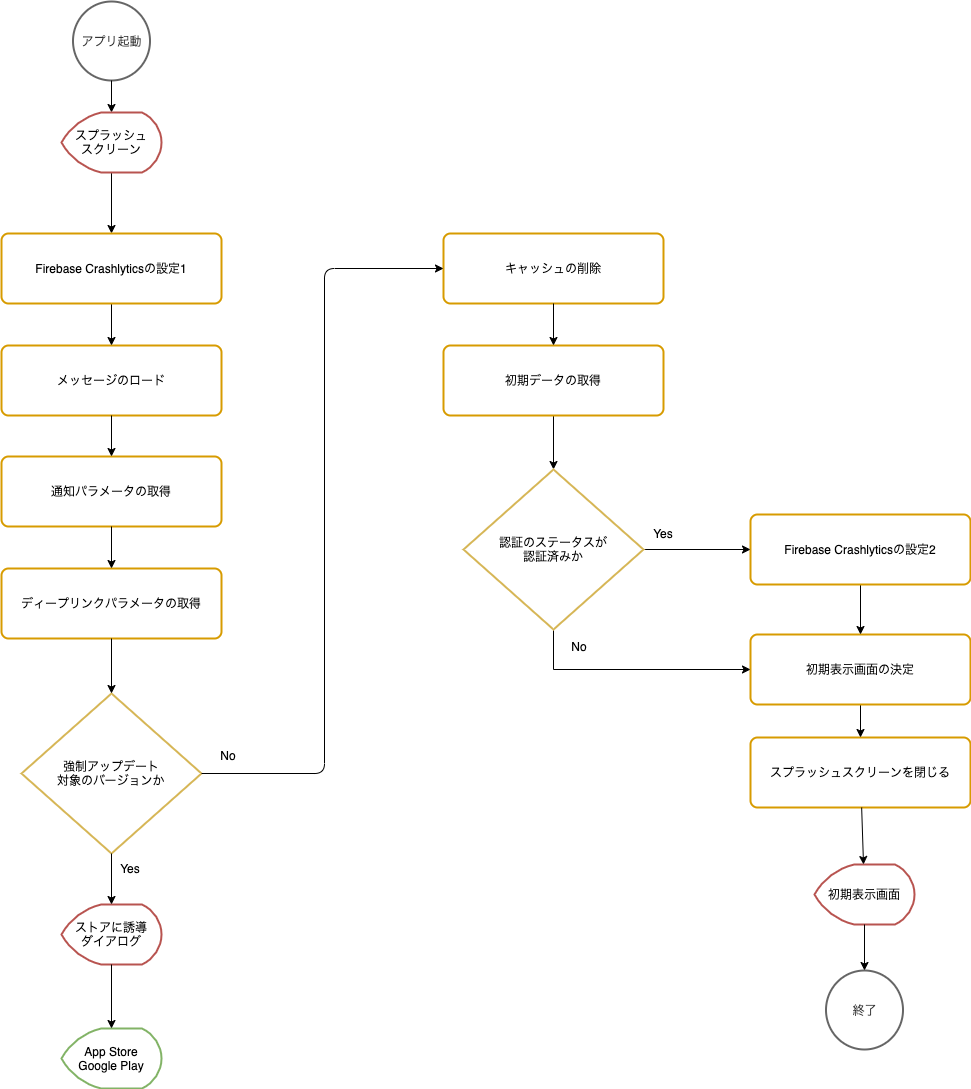
Earlier version of the draw.io export website/docs/react-native/santoku/application-architecture/life-cycle-management/initialization-flow.drawio.png (Fintan-contents/mobile-app-crib-notes). Source tidied: cells renumbered, new cells last; positions are measured from the earlier drawing's top-left corner, leaving out a move shared by most shapes.
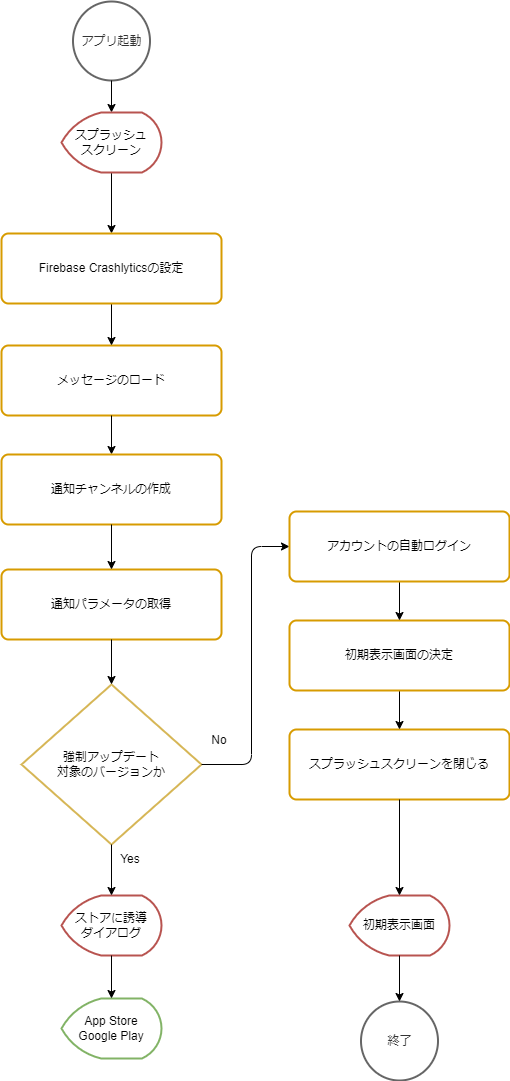
The same diagram one commit later.

Diff of the diagram source:
```diff
@@ -3,7 +3,7 @@
     <mxCell id="0" />
     <mxCell id="1" parent="0" />
     <mxCell id="2" value="強制アップデート&lt;br&gt;対象のバージョンか" style="strokeWidth=2;html=1;shape=mxgraph.flowchart.decision;whiteSpace=wrap;verticalAlign=middle;strokeColor=#d6b656;" parent="1" vertex="1">
-      <mxGeometry x="20" y="692" width="180" height="160" as="geometry" />
+      <mxGeometry x="20" y="683" width="180" height="160" as="geometry" />
     </mxCell>
     <mxCell id="3" value="アプリ起動" style="strokeWidth=2;html=1;shape=mxgraph.flowchart.start_2;whiteSpace=wrap;verticalAlign=middle;strokeColor=#666666;fontColor=#333333;" parent="1" vertex="1">
       <mxGeometry x="71.5" width="77" height="79" as="geometry" />
@@ -12,13 +12,13 @@
       <mxGeometry x="-604" y="21" as="geometry" />
     </mxCell>
     <mxCell id="5" value="App Store&lt;br&gt;Google Play" style="strokeWidth=2;html=1;shape=mxgraph.flowchart.display;whiteSpace=wrap;verticalAlign=middle;strokeColor=#82b366;" parent="1" vertex="1">
-      <mxGeometry x="60" y="1027" width="100" height="60" as="geometry" />
+      <mxGeometry x="60" y="997" width="100" height="60" as="geometry" />
     </mxCell>
     <mxCell id="6" value="Yes" style="text;html=1;strokeColor=none;fillColor=none;align=center;verticalAlign=middle;whiteSpace=wrap;rounded=0;" parent="1" vertex="1">
-      <mxGeometry x="108.5" y="857" width="40" height="20" as="geometry" />
+      <mxGeometry x="108.5" y="848" width="40" height="20" as="geometry" />
     </mxCell>
     <mxCell id="7" value="No" style="text;html=1;strokeColor=none;fillColor=none;align=center;verticalAlign=middle;whiteSpace=wrap;rounded=0;" parent="1" vertex="1">
-      <mxGeometry x="207" y="744" width="40" height="20" as="geometry" />
+      <mxGeometry x="198" y="729" width="40" height="20" as="geometry" />
     </mxCell>
     <mxCell id="8" style="edgeStyle=orthogonalEdgeStyle;rounded=0;jettySize=auto;html=1;" parent="1" edge="1" source="9" target="32">
       <mxGeometry relative="1" as="geometry" />
@@ -27,103 +27,72 @@
       <mxGeometry x="60" y="111" width="100" height="60" as="geometry" />
     </mxCell>
     <mxCell id="10" value="ストアに誘導&lt;br&gt;ダイアログ" style="strokeWidth=2;html=1;shape=mxgraph.flowchart.display;whiteSpace=wrap;verticalAlign=middle;strokeColor=#b85450;" parent="1" vertex="1">
-      <mxGeometry x="60" y="903" width="100" height="60" as="geometry" />
+      <mxGeometry x="60" y="894" width="100" height="60" as="geometry" />
     </mxCell>
     <mxCell id="11" style="endArrow=classic;html=1;" parent="1" edge="1" source="10" target="5">
-      <mxGeometry x="-806" y="601" as="geometry" />
+      <mxGeometry x="-806" y="592" as="geometry" />
     </mxCell>
     <mxCell id="12" style="endArrow=classic;html=1;" parent="1" edge="1" source="2" target="10">
-      <mxGeometry x="-604" y="424.5" as="geometry" />
+      <mxGeometry x="-604" y="415.5" as="geometry" />
     </mxCell>
-    <mxCell id="13" style="edgeStyle=orthogonalEdgeStyle;rounded=0;jettySize=auto;html=1;" parent="1" edge="1" source="14" target="37">
-      <mxGeometry relative="1" as="geometry" />
-    </mxCell>
-    <mxCell id="14" value="初期データの取得" style="rounded=1;whiteSpace=wrap;html=1;absoluteArcSize=1;arcSize=14;strokeWidth=2;verticalAlign=middle;strokeColor=#d79b00;" parent="1" vertex="1">
-      <mxGeometry x="442" y="344" width="220" height="70" as="geometry" />
-    </mxCell>
     <mxCell id="15" value="スプラッシュスクリーンを閉じる" style="rounded=1;whiteSpace=wrap;html=1;absoluteArcSize=1;arcSize=14;strokeWidth=2;verticalAlign=middle;strokeColor=#d79b00;" parent="1" vertex="1">
-      <mxGeometry x="749" y="736" width="220" height="70" as="geometry" />
+      <mxGeometry x="288" y="728" width="220" height="70" as="geometry" />
     </mxCell>
-    <mxCell id="16" style="endArrow=classic;html=1;" parent="1" edge="1" source="19" target="15">
-      <mxGeometry x="155" y="-161" as="geometry" />
-    </mxCell>
     <mxCell id="17" value="初期表示画面" style="strokeWidth=2;html=1;shape=mxgraph.flowchart.display;whiteSpace=wrap;verticalAlign=middle;strokeColor=#b85450;" parent="1" vertex="1">
-      <mxGeometry x="813" y="863" width="100" height="60" as="geometry" />
+      <mxGeometry x="348" y="894" width="100" height="60" as="geometry" />
     </mxCell>
     <mxCell id="18" style="endArrow=classic;html=1;" parent="1" edge="1" source="15" target="17">
-      <mxGeometry x="155" y="-161" as="geometry" />
+      <mxGeometry x="-306" y="-169" as="geometry" />
     </mxCell>
-    <mxCell id="19" value="初期表示画面の決定" style="rounded=1;whiteSpace=wrap;html=1;absoluteArcSize=1;arcSize=14;strokeWidth=2;verticalAlign=middle;strokeColor=#d79b00;" parent="1" vertex="1">
-      <mxGeometry x="749" y="633" width="220" height="70" as="geometry" />
-    </mxCell>
     <mxCell id="20" value="終了" style="strokeWidth=2;html=1;shape=mxgraph.flowchart.start_2;whiteSpace=wrap;verticalAlign=middle;strokeColor=#666666;fontColor=#333333;" parent="1" vertex="1">
-      <mxGeometry x="824.5" y="969" width="77" height="79" as="geometry" />
+      <mxGeometry x="359.5" y="1000" width="77" height="79" as="geometry" />
     </mxCell>
     <mxCell id="21" style="endArrow=classic;html=1;entryX=0.5;entryY=0;entryDx=0;entryDy=0;entryPerimeter=0;exitX=0.5;exitY=1;exitDx=0;exitDy=0;exitPerimeter=0;" parent="1" edge="1" source="17" target="20">
-      <mxGeometry x="165" y="-151" as="geometry" />
+      <mxGeometry x="-300" y="-120" as="geometry" />
     </mxCell>
-    <mxCell id="22" value="キャッシュの削除" style="rounded=1;whiteSpace=wrap;html=1;absoluteArcSize=1;arcSize=14;strokeWidth=2;verticalAlign=middle;strokeColor=#d79b00;" parent="1" vertex="1">
-      <mxGeometry x="442" y="232" width="220" height="70" as="geometry" />
-    </mxCell>
     <mxCell id="23" value="通知パラメータの取得" style="rounded=1;whiteSpace=wrap;html=1;absoluteArcSize=1;arcSize=14;strokeWidth=2;verticalAlign=middle;strokeColor=#d79b00;" parent="1" vertex="1">
-      <mxGeometry y="455" width="220" height="70" as="geometry" />
+      <mxGeometry y="568" width="220" height="70" as="geometry" />
     </mxCell>
-    <mxCell id="24" value="ディープリンクパラメータの取得" style="rounded=1;whiteSpace=wrap;html=1;absoluteArcSize=1;arcSize=14;strokeWidth=2;verticalAlign=middle;strokeColor=#d79b00;" parent="1" vertex="1">
-      <mxGeometry y="567" width="220" height="70" as="geometry" />
-    </mxCell>
-    <mxCell id="25" style="endArrow=classic;html=1;entryX=0.5;entryY=0;entryDx=0;entryDy=0;exitX=0.5;exitY=1;exitDx=0;exitDy=0;" parent="1" edge="1" source="23" target="24">
+    <mxCell id="25" style="endArrow=classic;html=1;exitX=0.5;exitY=1;exitDx=0;exitDy=0;" parent="1" edge="1" source="23" target="2">
       <mxGeometry x="-594" y="173" as="geometry" />
     </mxCell>
-    <mxCell id="26" style="endArrow=classic;html=1;entryX=0.5;entryY=0;entryDx=0;entryDy=0;exitX=0.5;exitY=1;exitDx=0;exitDy=0;entryPerimeter=0;" parent="1" edge="1" source="24" target="2">
-      <mxGeometry x="-584" y="160" as="geometry" />
-    </mxCell>
-    <mxCell id="27" style="endArrow=classic;html=1;entryX=0.5;entryY=0;entryDx=0;entryDy=0;exitX=0.5;exitY=1;exitDx=0;exitDy=0;" parent="1" edge="1" source="22" target="14">
-      <mxGeometry x="-148" y="-172" as="geometry" />
-    </mxCell>
-    <mxCell id="28" style="endArrow=classic;html=1;entryX=0;entryY=0.5;entryDx=0;entryDy=0;exitX=1;exitY=0.5;exitDx=0;exitDy=0;exitPerimeter=0;" parent="1" edge="1" source="2" target="22">
-      <mxGeometry x="-594" y="315.5" as="geometry">
+    <mxCell id="28" style="endArrow=classic;html=1;entryX=0;entryY=0.5;entryDx=0;entryDy=0;exitX=1;exitY=0.5;exitDx=0;exitDy=0;exitPerimeter=0;" parent="1" edge="1" source="2" target="43">
+      <mxGeometry x="-594" y="199.5" as="geometry">
         <Array as="points">
-          <mxPoint x="323" y="772" />
-          <mxPoint x="323" y="267" />
+          <mxPoint x="250" y="763" />
+          <mxPoint x="250" y="545" />
         </Array>
       </mxGeometry>
     </mxCell>
     <mxCell id="29" value="メッセージのロード" style="rounded=1;whiteSpace=wrap;html=1;absoluteArcSize=1;arcSize=14;strokeWidth=2;verticalAlign=middle;strokeColor=#d79b00;" parent="1" vertex="1">
       <mxGeometry y="344" width="220" height="70" as="geometry" />
     </mxCell>
-    <mxCell id="30" style="endArrow=classic;html=1;exitX=0.5;exitY=1;exitDx=0;exitDy=0;" parent="1" edge="1" source="29" target="23">
+    <mxCell id="30" style="endArrow=classic;html=1;exitX=0.5;exitY=1;exitDx=0;exitDy=0;" parent="1" edge="1" source="29" target="40">
       <mxGeometry x="-594" y="54" as="geometry" />
     </mxCell>
     <mxCell id="31" style="edgeStyle=orthogonalEdgeStyle;rounded=0;jettySize=auto;html=1;" parent="1" edge="1" source="32" target="29">
       <mxGeometry relative="1" as="geometry" />
     </mxCell>
-    <mxCell id="32" value="Firebase Crashlyticsの設定1" style="rounded=1;whiteSpace=wrap;html=1;absoluteArcSize=1;arcSize=14;strokeWidth=2;verticalAlign=middle;strokeColor=#d79b00;" parent="1" vertex="1">
+    <mxCell id="32" value="Firebase Crashlyticsの設定" style="rounded=1;whiteSpace=wrap;html=1;absoluteArcSize=1;arcSize=14;strokeWidth=2;verticalAlign=middle;strokeColor=#d79b00;" parent="1" vertex="1">
       <mxGeometry y="232" width="220" height="70" as="geometry" />
     </mxCell>
-    <mxCell id="33" style="edgeStyle=orthogonalEdgeStyle;rounded=0;jettySize=auto;html=1;entryX=0.5;entryY=0;entryDx=0;entryDy=0;" parent="1" edge="1" source="34" target="19">
-      <mxGeometry relative="1" as="geometry" />
-    </mxCell>
-    <mxCell id="34" value="&lt;span&gt;Firebase Crashlyticsの設定2&lt;/span&gt;" style="rounded=1;whiteSpace=wrap;html=1;absoluteArcSize=1;arcSize=14;strokeWidth=2;verticalAlign=middle;strokeColor=#d79b00;" parent="1" vertex="1">
-      <mxGeometry x="749" y="513" width="220" height="70" as="geometry" />
-    </mxCell>
-    <mxCell id="35" style="edgeStyle=orthogonalEdgeStyle;rounded=0;jettySize=auto;html=1;" parent="1" edge="1" source="37" target="34">
-      <mxGeometry relative="1" as="geometry" />
-    </mxCell>
-    <mxCell id="36" style="edgeStyle=orthogonalEdgeStyle;rounded=0;jettySize=auto;html=1;startArrow=none;exitX=0.5;exitY=1;exitDx=0;exitDy=0;exitPerimeter=0;" parent="1" edge="1" source="37" target="19">
-      <mxGeometry relative="1" as="geometry">
-        <Array as="points">
-          <mxPoint x="552" y="668" />
-        </Array>
-      </mxGeometry>
-    </mxCell>
-    <mxCell id="37" value="認証のステータスが&lt;br&gt;認証済みか" style="strokeWidth=2;html=1;shape=mxgraph.flowchart.decision;whiteSpace=wrap;verticalAlign=middle;strokeColor=#d6b656;" parent="1" vertex="1">
-      <mxGeometry x="462" y="468" width="180" height="160" as="geometry" />
-    </mxCell>
-    <mxCell id="38" value="No" style="text;html=1;strokeColor=none;fillColor=none;align=center;verticalAlign=middle;whiteSpace=wrap;rounded=0;" parent="1" vertex="1">
-      <mxGeometry x="558" y="635" width="40" height="20" as="geometry" />
-    </mxCell>
-    <mxCell id="39" value="Yes" style="text;html=1;strokeColor=none;fillColor=none;align=center;verticalAlign=middle;whiteSpace=wrap;rounded=0;" parent="1" vertex="1">
-      <mxGeometry x="642" y="522" width="40" height="20" as="geometry" />
-    </mxCell>
+    <mxCell id="40" value="通知チャンネルの作成" style="rounded=1;whiteSpace=wrap;html=1;absoluteArcSize=1;arcSize=14;strokeWidth=2;verticalAlign=middle;strokeColor=#d79b00;" parent="1" vertex="1">
+      <mxGeometry y="453" width="220" height="70" as="geometry" />
+    </mxCell>
+    <mxCell id="41" style="endArrow=classic;html=1;" parent="1" edge="1" source="40" target="23">
+      <mxGeometry x="-584" y="64" as="geometry" />
+    </mxCell>
+    <mxCell id="16" style="edgeStyle=orthogonalEdgeStyle;rounded=0;jettySize=auto;html=1;entryX=0.5;entryY=0;entryDx=0;entryDy=0;" parent="1" edge="1" source="19" target="15">
+      <mxGeometry relative="1" as="geometry" />
+    </mxCell>
+    <mxCell id="19" value="初期表示画面の決定" style="rounded=1;whiteSpace=wrap;html=1;absoluteArcSize=1;arcSize=14;strokeWidth=2;verticalAlign=middle;strokeColor=#d79b00;" parent="1" vertex="1">
+      <mxGeometry x="288" y="619" width="220" height="70" as="geometry" />
+    </mxCell>
+    <mxCell id="42" style="edgeStyle=orthogonalEdgeStyle;rounded=0;jettySize=auto;html=1;" parent="1" edge="1" source="43" target="19">
+      <mxGeometry relative="1" as="geometry" />
+    </mxCell>
+    <mxCell id="43" value="アカウントの自動ログイン" style="rounded=1;whiteSpace=wrap;html=1;absoluteArcSize=1;arcSize=14;strokeWidth=2;verticalAlign=middle;strokeColor=#d79b00;" parent="1" vertex="1">
+      <mxGeometry x="288" y="510" width="220" height="70" as="geometry" />
+    </mxCell>
   </root>
 </mxGraphModel>
```
